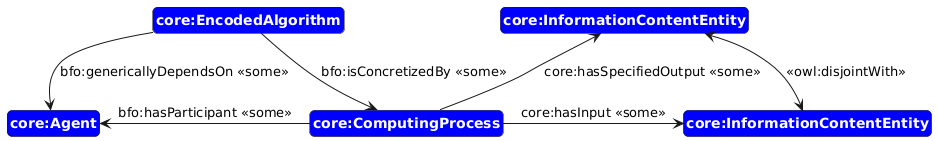
The PlantUML diagram scenarios/algorithm-execution/images/algorithm-execution-general.png in iofoundry/IOF-Core-Pattern-v2, before a commit. Source of this version:
```plantuml
@startuml
!include https://raw.githubusercontent.com/iofoundry/ontopuml/main/iof.iuml
class(c1,core:InformationContentEntity)
class(c2,core:InformationContentEntity)
class(c3,core:ComputingProcess)
class(c4,core:Agent)
class(c5,core:EncodedAlgorithm)

equiSome(c5,bfo:genericallyDependsOn,c4,down)
equiSome(c5,bfo:isConcretizedBy,c3,right)
equiSome(c3,core:hasSpecifiedOutput,c1,up)
equiSome(c3,bfo:hasParticipant,c4)
equiSome(c3,core:hasInput,c2,right)
disjoint(c1,c2,down)

@enduml
```
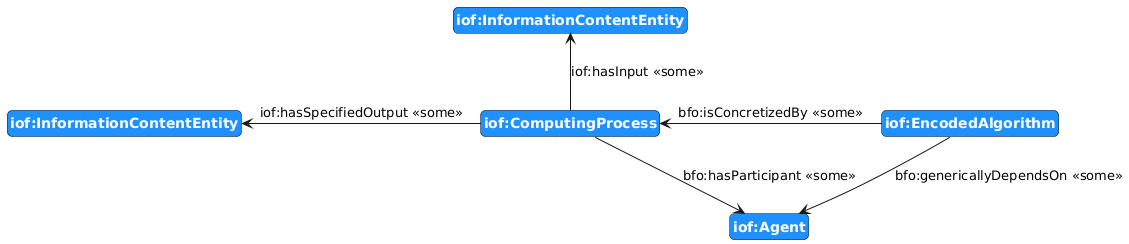
After the commit.

Commit message:
removed owl:disjoint and updated puml to latest notation

What changed in the source:
```diff
@@ -1,16 +1,14 @@
 @startuml
 !include https://raw.githubusercontent.com/iofoundry/ontopuml/main/iof.iuml
-class(c1,core:InformationContentEntity)
-class(c2,core:InformationContentEntity)
-class(c3,core:ComputingProcess)
-class(c4,core:Agent)
-class(c5,core:EncodedAlgorithm)
+class(c1,iof:InformationContentEntity)
+class(c2,iof:InformationContentEntity)
+class(c3,iof:ComputingProcess)
+class(c4,iof:Agent)
+class(c5,iof:EncodedAlgorithm)
 
-equiSome(c5,bfo:genericallyDependsOn,c4,down)
-equiSome(c5,bfo:isConcretizedBy,c3,right)
-equiSome(c3,core:hasSpecifiedOutput,c1,up)
-equiSome(c3,bfo:hasParticipant,c4)
-equiSome(c3,core:hasInput,c2,right)
-disjoint(c1,c2,down)
-
+xSome(c5,bfo:genericallyDependsOn,c4,$direction = down)
+xSome(c5,bfo:isConcretizedBy,c3)
+xSome(c3,iof:hasSpecifiedOutput,c1)
+xSome(c3,bfo:hasParticipant,c4)
+xSome(c3,iof:hasInput,c2,$direction = up)
 @enduml
```
